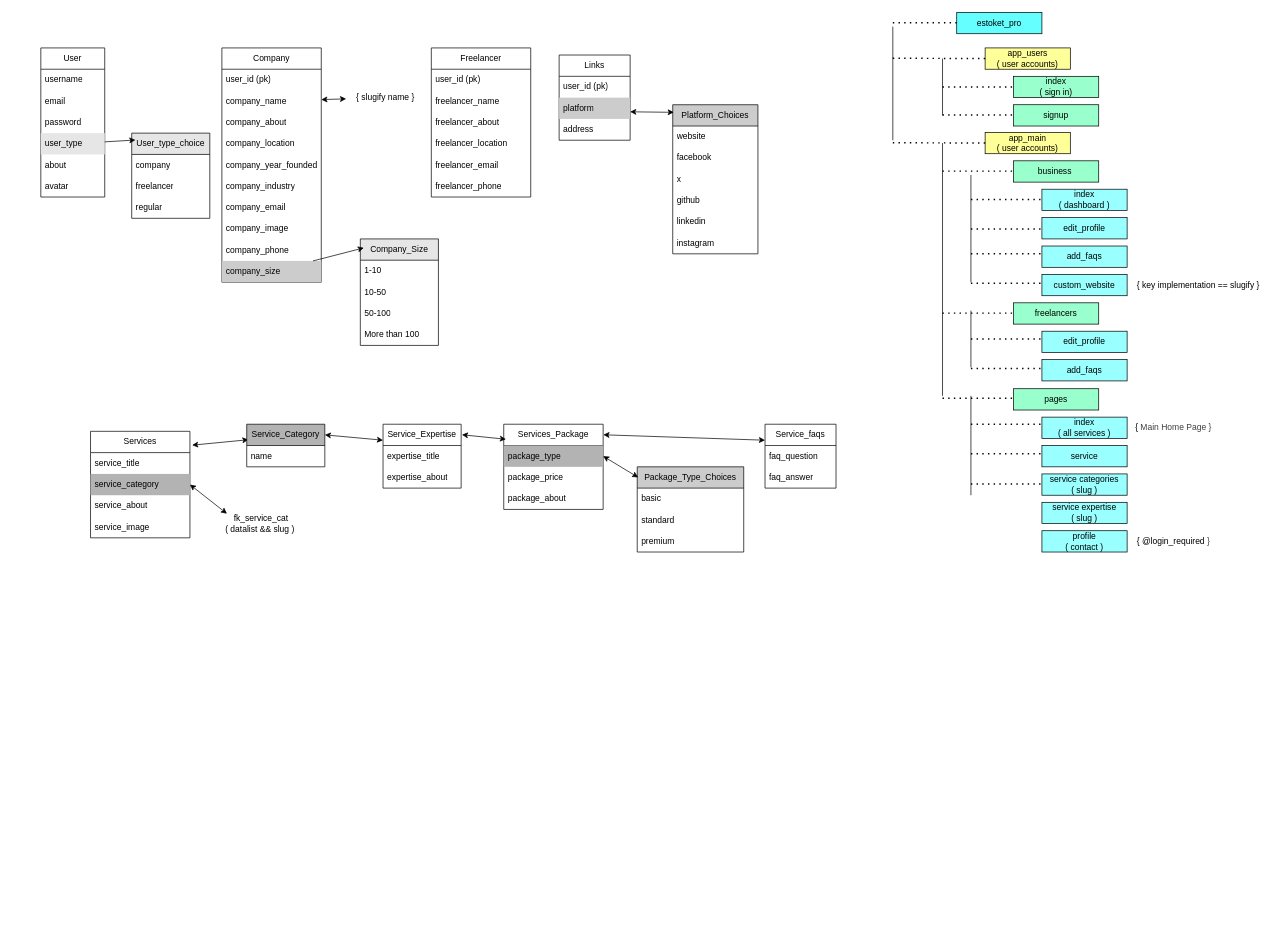
The draw.io diagram z_proto.drawio in I-AGBLE/estoket_pro, before the edit. Source tidied: cells renumbered, new cells numbered last; positions are measured from the earlier drawing's top-left corner, leaving out a move shared by most shapes. Both pictures are drawn from the tidied source at 71%, with x=0, y=0 at pixel (40, 12).
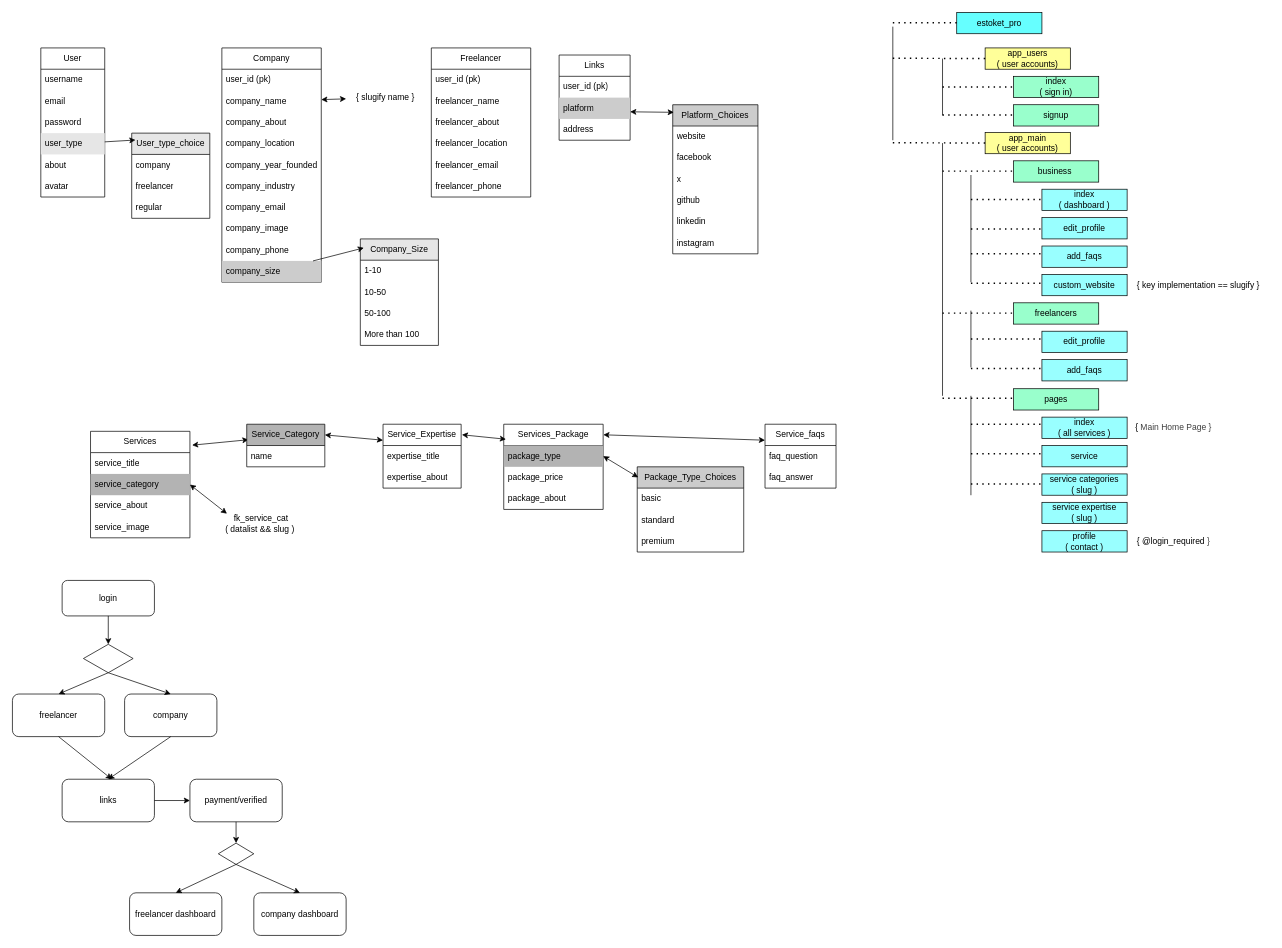
Above is the later version.

Change to the diagram source:
```diff
@@
+    <mxCell id="128" value="login" style="rounded=1;whiteSpace=wrap;html=1;" parent="1" vertex="1">
+      <mxGeometry x="30" y="800" width="130" height="50" as="geometry" />
+    </mxCell>
+    <mxCell id="129" value="freelancer" style="rounded=1;whiteSpace=wrap;html=1;" parent="1" vertex="1">
+      <mxGeometry x="-40" y="960" width="130" height="60" as="geometry" />
+    </mxCell>
+    <mxCell id="130" value="company" style="rounded=1;whiteSpace=wrap;html=1;" parent="1" vertex="1">
+      <mxGeometry x="118" y="960" width="130" height="60" as="geometry" />
+    </mxCell>
+    <mxCell id="131" value="links" style="rounded=1;whiteSpace=wrap;html=1;" parent="1" vertex="1">
+      <mxGeometry x="30" y="1080" width="130" height="60" as="geometry" />
+    </mxCell>
+    <mxCell id="132" value="payment/verified" style="rounded=1;whiteSpace=wrap;html=1;" parent="1" vertex="1">
+      <mxGeometry x="210" y="1080" width="130" height="60" as="geometry" />
+    </mxCell>
+    <mxCell id="133" value="freelancer dashboard" style="rounded=1;whiteSpace=wrap;html=1;" parent="1" vertex="1">
+      <mxGeometry x="125" y="1240" width="130" height="60" as="geometry" />
+    </mxCell>
+    <mxCell id="134" value="company dashboard" style="rounded=1;whiteSpace=wrap;html=1;" parent="1" vertex="1">
+      <mxGeometry x="300" y="1240" width="130" height="60" as="geometry" />
+    </mxCell>
+    <mxCell id="135" style="rhombus;whiteSpace=wrap;html=1;" parent="1" vertex="1">
+      <mxGeometry x="60" y="890" width="70" height="40" as="geometry" />
+    </mxCell>
+    <mxCell id="136" style="rhombus;whiteSpace=wrap;html=1;" parent="1" vertex="1">
+      <mxGeometry x="250" y="1170" width="50" height="30" as="geometry" />
+    </mxCell>
+    <mxCell id="137" style="endArrow=classic;html=1;exitX=0.5;exitY=1;exitDx=0;exitDy=0;entryX=0.5;entryY=0;entryDx=0;entryDy=0;" parent="1" edge="1" source="128" target="135">
+      <mxGeometry relative="1" as="geometry" />
+    </mxCell>
+    <mxCell id="138" style="endArrow=classic;html=1;exitX=0.5;exitY=1;exitDx=0;exitDy=0;entryX=0.5;entryY=0;entryDx=0;entryDy=0;" parent="1" edge="1" source="135" target="129">
+      <mxGeometry relative="1" as="geometry" />
+    </mxCell>
+    <mxCell id="139" style="endArrow=classic;html=1;exitX=0.5;exitY=1;exitDx=0;exitDy=0;entryX=0.5;entryY=0;entryDx=0;entryDy=0;" parent="1" edge="1" source="135" target="130">
+      <mxGeometry relative="1" as="geometry" />
+    </mxCell>
+    <mxCell id="140" style="endArrow=classic;html=1;exitX=0.5;exitY=1;exitDx=0;exitDy=0;entryX=0.5;entryY=0;entryDx=0;entryDy=0;" parent="1" edge="1" source="130" target="131">
+      <mxGeometry relative="1" as="geometry" />
+    </mxCell>
+    <mxCell id="141" style="endArrow=classic;html=1;exitX=0.5;exitY=1;exitDx=0;exitDy=0;" parent="1" edge="1" source="129">
+      <mxGeometry relative="1" as="geometry">
+        <mxPoint x="100" y="1080" as="targetPoint" />
+      </mxGeometry>
+    </mxCell>
+    <mxCell id="142" style="endArrow=classic;html=1;exitX=1;exitY=0.5;exitDx=0;exitDy=0;entryX=0;entryY=0.5;entryDx=0;entryDy=0;" parent="1" edge="1" source="131" target="132">
+      <mxGeometry relative="1" as="geometry" />
+    </mxCell>
+    <mxCell id="143" style="endArrow=classic;html=1;exitX=0.5;exitY=1;exitDx=0;exitDy=0;entryX=0.5;entryY=0;entryDx=0;entryDy=0;" parent="1" edge="1" source="132" target="136">
+      <mxGeometry relative="1" as="geometry" />
+    </mxCell>
+    <mxCell id="144" style="endArrow=classic;html=1;exitX=0.5;exitY=1;exitDx=0;exitDy=0;entryX=0.5;entryY=0;entryDx=0;entryDy=0;" parent="1" edge="1" source="136" target="133">
+      <mxGeometry relative="1" as="geometry" />
+    </mxCell>
+    <mxCell id="145" style="endArrow=classic;html=1;exitX=0.5;exitY=1;exitDx=0;exitDy=0;entryX=0.5;entryY=0;entryDx=0;entryDy=0;" parent="1" edge="1" source="136" target="134">
+      <mxGeometry relative="1" as="geometry" />
+    </mxCell>
```
